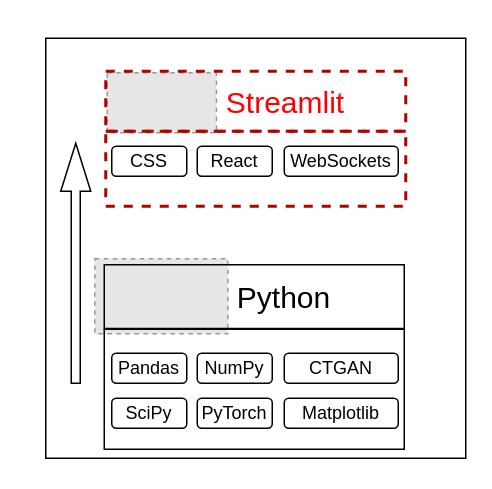
vadramson/Drawings keeps this draw.io diagram as Tech Stack Diagram.drawio. Above is the earlier version. Source tidied: cells renumbered, new cells numbered last; positions are measured from the earlier drawing's top-left corner, leaving out a move shared by most shapes. Both pictures are drawn from the tidied source at 150%, with x=0, y=0 at pixel (45, 38). Pictures stored in the file or linked from it are replaced by grey dashed boxes.
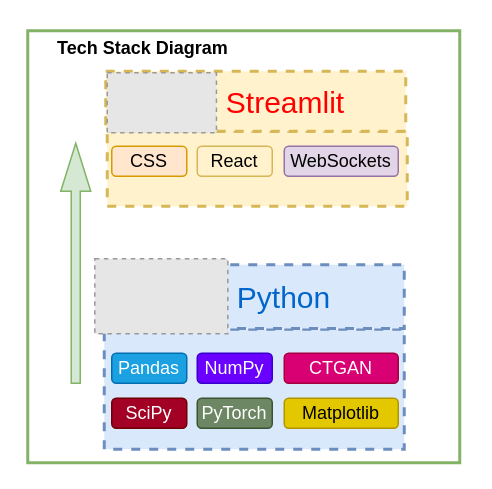
The same page after the edit.

What changed in the source:
```diff
@@
 <mxGraphModel>
   <root>
     <mxCell id="0" />
     <mxCell id="1" parent="0" />
+    <mxCell id="18" value="&lt;blockquote style=&quot;margin: 0 0 0 40px; border: none; padding: 0px;&quot;&gt;&lt;br&gt;&lt;/blockquote&gt;" style="rounded=0;whiteSpace=wrap;html=1;fillColor=#fff2cc;strokeColor=#d6b656;dashed=1;strokeWidth=2;" parent="1" vertex="1">
+      <mxGeometry x="41" y="62" width="200" height="50" as="geometry" />
+    </mxCell>
+    <mxCell id="16" style="rounded=0;whiteSpace=wrap;html=1;fillColor=#dae8fc;dashed=1;strokeColor=#6c8ebf;strokeWidth=2;" parent="1" vertex="1">
+      <mxGeometry x="39" y="194" width="200" height="80" as="geometry" />
+    </mxCell>
+    <mxCell id="14" value="&lt;blockquote style=&quot;margin: 0 0 0 40px; border: none; padding: 0px;&quot;&gt;&lt;span style=&quot;font-size: 20px;&quot;&gt;&lt;font color=&quot;#0066cc&quot;&gt;Python&lt;/font&gt;&lt;/span&gt;&lt;/blockquote&gt;" style="rounded=0;whiteSpace=wrap;html=1;fillColor=#dae8fc;dashed=1;strokeColor=#6c8ebf;strokeWidth=2;" parent="1" vertex="1">
+      <mxGeometry x="39" y="151" width="200" height="42.5" as="geometry" />
+    </mxCell>
+    <mxCell id="17" value="&lt;blockquote style=&quot;margin: 0 0 0 40px; border: none; padding: 0px;&quot;&gt;&lt;span style=&quot;font-size: 20px;&quot;&gt;&lt;font color=&quot;#ff0000&quot;&gt;Streamlit&lt;/font&gt;&lt;/span&gt;&lt;/blockquote&gt;" style="rounded=0;whiteSpace=wrap;html=1;fillColor=#fff2cc;strokeColor=#d6b656;dashed=1;strokeWidth=2;" parent="1" vertex="1">
+      <mxGeometry x="40" y="22" width="200" height="40" as="geometry" />
+    </mxCell>
-    <mxCell id="2" style="whiteSpace=wrap;html=1;fillColor=none;" parent="1" vertex="1">
-      <mxGeometry width="280" height="280" as="geometry" />
+    <mxCell id="2" style="whiteSpace=wrap;html=1;fillColor=none;strokeColor=#82b366;strokeWidth=2;" parent="1" vertex="1">
+      <mxGeometry x="-12" y="-5" width="288" height="288" as="geometry" />
     </mxCell>
-    <mxCell id="3" style="shape=singleArrow;direction=north;whiteSpace=wrap;html=1;" parent="1" vertex="1">
+    <mxCell id="3" style="shape=singleArrow;direction=north;whiteSpace=wrap;html=1;fillColor=#d5e8d4;strokeColor=#82b366;" parent="1" vertex="1">
       <mxGeometry x="10" y="70" width="20" height="160" as="geometry" />
     </mxCell>
     <mxCell id="4" style="fillColor=#E6E6E6;strokeColor=#999999;dashed=1;verticalLabelPosition=bottom;labelBackgroundColor=default;verticalAlign=top;" parent="1" vertex="1">
       <mxGeometry x="41" y="23" width="72.8" height="40" as="geometry" />
     </mxCell>
-    <mxCell id="5" value="CSS" style="rounded=1;whiteSpace=wrap;html=1;" parent="1" vertex="1">
+    <mxCell id="5" value="CSS" style="rounded=1;whiteSpace=wrap;html=1;fillColor=#ffe6cc;strokeColor=#d79b00;" parent="1" vertex="1">
       <mxGeometry x="44" y="72" width="50" height="20" as="geometry" />
     </mxCell>
-    <mxCell id="6" value="React" style="rounded=1;whiteSpace=wrap;html=1;" parent="1" vertex="1">
+    <mxCell id="6" value="React" style="rounded=1;whiteSpace=wrap;html=1;fillColor=#fff2cc;strokeColor=#d6b656;" parent="1" vertex="1">
       <mxGeometry x="101" y="72" width="50" height="20" as="geometry" />
     </mxCell>
-    <mxCell id="7" value="WebSockets" style="rounded=1;whiteSpace=wrap;html=1;" parent="1" vertex="1">
+    <mxCell id="7" value="WebSockets" style="rounded=1;whiteSpace=wrap;html=1;fillColor=#e1d5e7;strokeColor=#9673a6;" parent="1" vertex="1">
       <mxGeometry x="159" y="72" width="76" height="20" as="geometry" />
     </mxCell>
     <mxCell id="8" style="fillColor=#E6E6E6;strokeColor=#999999;dashed=1;verticalLabelPosition=bottom;labelBackgroundColor=default;verticalAlign=top;" parent="1" vertex="1">
       <mxGeometry x="32.7" y="147" width="88.7" height="50" as="geometry" />
     </mxCell>
-    <mxCell id="9" value="Pandas" style="rounded=1;whiteSpace=wrap;html=1;" parent="1" vertex="1">
+    <mxCell id="9" value="Pandas" style="rounded=1;whiteSpace=wrap;html=1;fillColor=#1ba1e2;fontColor=#ffffff;strokeColor=#006EAF;" parent="1" vertex="1">
       <mxGeometry x="44" y="210" width="50" height="20" as="geometry" />
     </mxCell>
-    <mxCell id="10" value="NumPy" style="rounded=1;whiteSpace=wrap;html=1;" parent="1" vertex="1">
+    <mxCell id="10" value="NumPy" style="rounded=1;whiteSpace=wrap;html=1;fillColor=#6a00ff;fontColor=#ffffff;strokeColor=#3700CC;" parent="1" vertex="1">
       <mxGeometry x="101" y="210" width="50" height="20" as="geometry" />
     </mxCell>
-    <mxCell id="11" value="CTGAN" style="rounded=1;whiteSpace=wrap;html=1;" parent="1" vertex="1">
+    <mxCell id="11" value="CTGAN" style="rounded=1;whiteSpace=wrap;html=1;fillColor=#d80073;fontColor=#ffffff;strokeColor=#A50040;" parent="1" vertex="1">
       <mxGeometry x="159" y="210" width="76" height="20" as="geometry" />
     </mxCell>
-    <mxCell id="12" value="SciPy" style="rounded=1;whiteSpace=wrap;html=1;" parent="1" vertex="1">
+    <mxCell id="12" value="SciPy" style="rounded=1;whiteSpace=wrap;html=1;fillColor=#a20025;fontColor=#ffffff;strokeColor=#6F0000;" parent="1" vertex="1">
       <mxGeometry x="44" y="240" width="50" height="20" as="geometry" />
     </mxCell>
-    <mxCell id="13" value="PyTorch" style="rounded=1;whiteSpace=wrap;html=1;" parent="1" vertex="1">
+    <mxCell id="13" value="PyTorch" style="rounded=1;whiteSpace=wrap;html=1;fillColor=#6d8764;fontColor=#ffffff;strokeColor=#3A5431;" parent="1" vertex="1">
       <mxGeometry x="101" y="240" width="50" height="20" as="geometry" />
     </mxCell>
-    <mxCell id="14" value="&lt;blockquote style=&quot;margin: 0 0 0 40px; border: none; padding: 0px;&quot;&gt;&lt;span style=&quot;font-size: 20px;&quot;&gt;Python&lt;/span&gt;&lt;/blockquote&gt;" style="rounded=0;whiteSpace=wrap;html=1;fillColor=none;" parent="1" vertex="1">
-      <mxGeometry x="39" y="151" width="200" height="42.5" as="geometry" />
-    </mxCell>
-    <mxCell id="15" value="Matplotlib" style="rounded=1;whiteSpace=wrap;html=1;" parent="1" vertex="1">
+    <mxCell id="15" value="Matplotlib" style="rounded=1;whiteSpace=wrap;html=1;fillColor=#e3c800;fontColor=#000000;strokeColor=#B09500;" parent="1" vertex="1">
       <mxGeometry x="159" y="240" width="76" height="20" as="geometry" />
     </mxCell>
-    <mxCell id="16" style="rounded=0;whiteSpace=wrap;html=1;fillColor=none;" parent="1" vertex="1">
-      <mxGeometry x="39" y="194" width="200" height="80" as="geometry" />
-    </mxCell>
-    <mxCell id="17" value="&lt;blockquote style=&quot;margin: 0 0 0 40px; border: none; padding: 0px;&quot;&gt;&lt;span style=&quot;font-size: 20px;&quot;&gt;&lt;font color=&quot;#ff0000&quot;&gt;Streamlit&lt;/font&gt;&lt;/span&gt;&lt;/blockquote&gt;" style="rounded=0;whiteSpace=wrap;html=1;fillColor=none;strokeColor=#B20000;dashed=1;strokeWidth=2;fontColor=#ffffff;" parent="1" vertex="1">
-      <mxGeometry x="40" y="22" width="200" height="40" as="geometry" />
-    </mxCell>
-    <mxCell id="18" value="&lt;blockquote style=&quot;margin: 0 0 0 40px; border: none; padding: 0px;&quot;&gt;&lt;br&gt;&lt;/blockquote&gt;" style="rounded=0;whiteSpace=wrap;html=1;fillColor=none;strokeColor=#B20000;dashed=1;strokeWidth=2;fontColor=#ffffff;" parent="1" vertex="1">
-      <mxGeometry x="40" y="62" width="200" height="50" as="geometry" />
-    </mxCell>
+    <mxCell id="19" value="&lt;b&gt;Tech Stack Diagram&lt;/b&gt;" style="text;html=1;align=center;verticalAlign=middle;whiteSpace=wrap;rounded=0;" parent="1" vertex="1">
+      <mxGeometry x="-10" y="-8" width="150" height="30" as="geometry" />
+    </mxCell>
   </root>
 </mxGraphModel>
```
